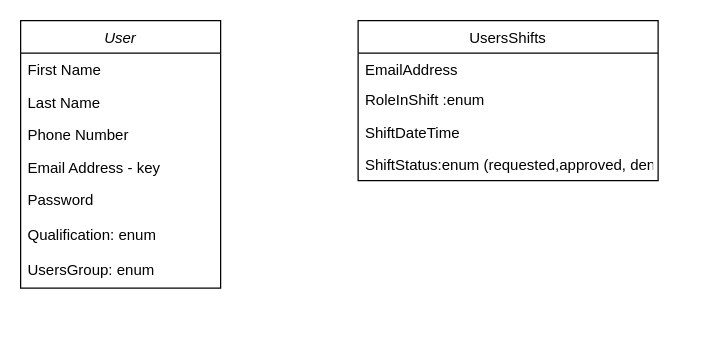
Before: MDA Diagram.drawio in oritr/hello-world, a draw.io diagram. Source tidied: cells renumbered, new cells numbered last; positions are measured from the earlier drawing's top-left corner, leaving out a move shared by most shapes. Both pictures are drawn from the tidied source at 125%, with x=0, y=0 at pixel (20, 20).
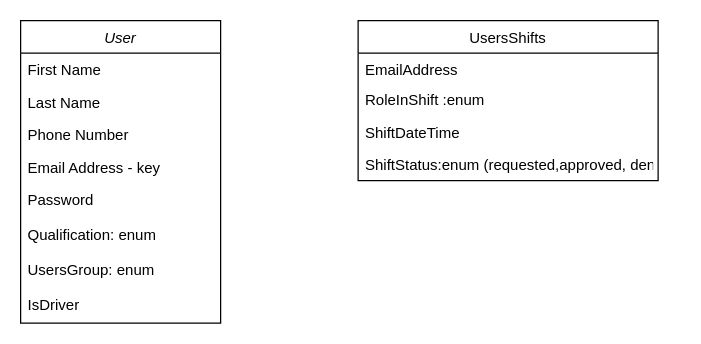
After the change.

Change to the diagram source:
```diff
@@
 <mxGraphModel>
   <root>
     <mxCell id="0" />
     <mxCell id="1" parent="0" />
     <mxCell id="2" value="User" style="swimlane;fontStyle=2;align=center;verticalAlign=top;horizontal=1;startSize=26;rounded=0;shadow=0;strokeWidth=1;" parent="1" vertex="1">
-      <mxGeometry width="160" height="214" as="geometry" />
+      <mxGeometry width="160" height="242" as="geometry" />
     </mxCell>
     <mxCell id="3" value="First Name" style="text;align=left;verticalAlign=top;spacingLeft=4;spacingRight=4;overflow=hidden;" parent="2" vertex="1">
       <mxGeometry y="26" width="160" height="26" as="geometry" />
     </mxCell>
     <mxCell id="4" value="Last Name" style="text;align=left;verticalAlign=top;spacingLeft=4;spacingRight=4;overflow=hidden;" parent="2" vertex="1">
       <mxGeometry y="52" width="160" height="26" as="geometry" />
     </mxCell>
     <mxCell id="5" value="Phone Number" style="text;align=left;verticalAlign=top;spacingLeft=4;spacingRight=4;overflow=hidden;rounded=0;shadow=0;html=0;" parent="2" vertex="1">
       <mxGeometry y="78" width="160" height="26" as="geometry" />
     </mxCell>
     <mxCell id="6" value="Email Address - key" style="text;align=left;verticalAlign=top;spacingLeft=4;spacingRight=4;overflow=hidden;rounded=0;shadow=0;html=0;" parent="2" vertex="1">
       <mxGeometry y="104" width="160" height="26" as="geometry" />
     </mxCell>
     <mxCell id="7" value="Password" style="text;align=left;verticalAlign=top;spacingLeft=4;spacingRight=4;overflow=hidden;rounded=0;shadow=0;html=0;" parent="2" vertex="1">
       <mxGeometry y="130" width="160" height="28" as="geometry" />
     </mxCell>
     <mxCell id="8" value="Qualification: enum" style="text;align=left;verticalAlign=top;spacingLeft=4;spacingRight=4;overflow=hidden;rounded=0;shadow=0;html=0;" parent="2" vertex="1">
       <mxGeometry y="158" width="160" height="28" as="geometry" />
     </mxCell>
     <mxCell id="9" value="UsersGroup: enum" style="text;align=left;verticalAlign=top;spacingLeft=4;spacingRight=4;overflow=hidden;rounded=0;shadow=0;html=0;" parent="2" vertex="1">
       <mxGeometry y="186" width="160" height="28" as="geometry" />
     </mxCell>
+    <mxCell id="15" value="IsDriver" style="text;align=left;verticalAlign=top;spacingLeft=4;spacingRight=4;overflow=hidden;rounded=0;shadow=0;html=0;" parent="2" vertex="1">
+      <mxGeometry y="214" width="160" height="28" as="geometry" />
+    </mxCell>
     <mxCell id="10" value="UsersShifts" style="swimlane;fontStyle=0;horizontal=1;startSize=26;fillColor=none;" parent="1" vertex="1">
       <mxGeometry x="270" width="240" height="128" as="geometry" />
     </mxCell>
     <mxCell id="11" value="EmailAddress" style="text;strokeColor=none;fillColor=none;align=left;verticalAlign=top;spacingLeft=4;spacingRight=4;overflow=hidden;" parent="10" vertex="1">
       <mxGeometry y="26" width="240" height="24" as="geometry" />
     </mxCell>
     <mxCell id="12" value="RoleInShift :enum" style="text;strokeColor=none;fillColor=none;align=left;verticalAlign=top;spacingLeft=4;spacingRight=4;overflow=hidden;" parent="10" vertex="1">
       <mxGeometry y="50" width="240" height="26" as="geometry" />
     </mxCell>
     <mxCell id="13" value="ShiftDateTime" style="text;strokeColor=none;fillColor=none;align=left;verticalAlign=top;spacingLeft=4;spacingRight=4;overflow=hidden;" parent="10" vertex="1">
       <mxGeometry y="76" width="240" height="26" as="geometry" />
     </mxCell>
     <mxCell id="14" value="ShiftStatus:enum (requested,approved, denied)" style="text;strokeColor=none;fillColor=none;align=left;verticalAlign=top;spacingLeft=4;spacingRight=4;overflow=hidden;" parent="10" vertex="1">
       <mxGeometry y="102" width="240" height="26" as="geometry" />
     </mxCell>
   </root>
 </mxGraphModel>
```
